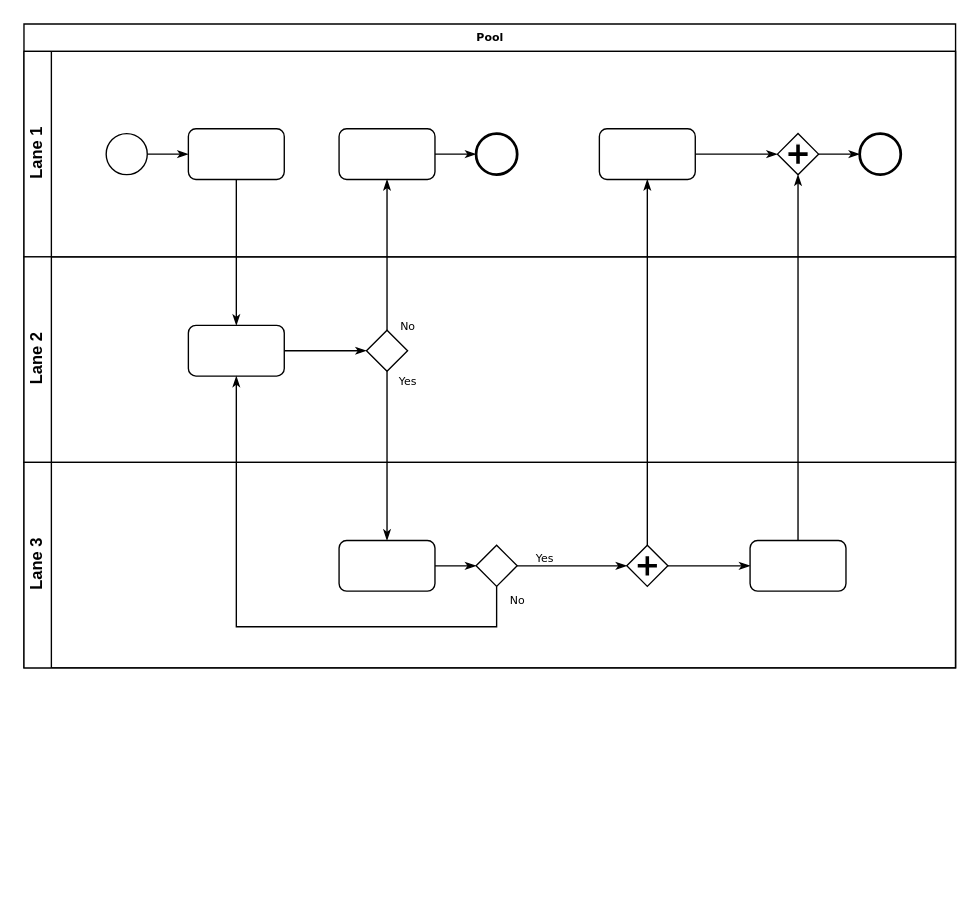
Before: flow-chart-order.drawio in thang21022000/UseCaseFinalProject, a draw.io diagram. Source tidied: cells renumbered, new cells numbered last; positions are measured from the earlier drawing's top-left corner, leaving out a move shared by most shapes. Both pictures are drawn from the tidied source at 137%, with x=0, y=0 at pixel (23, 23).
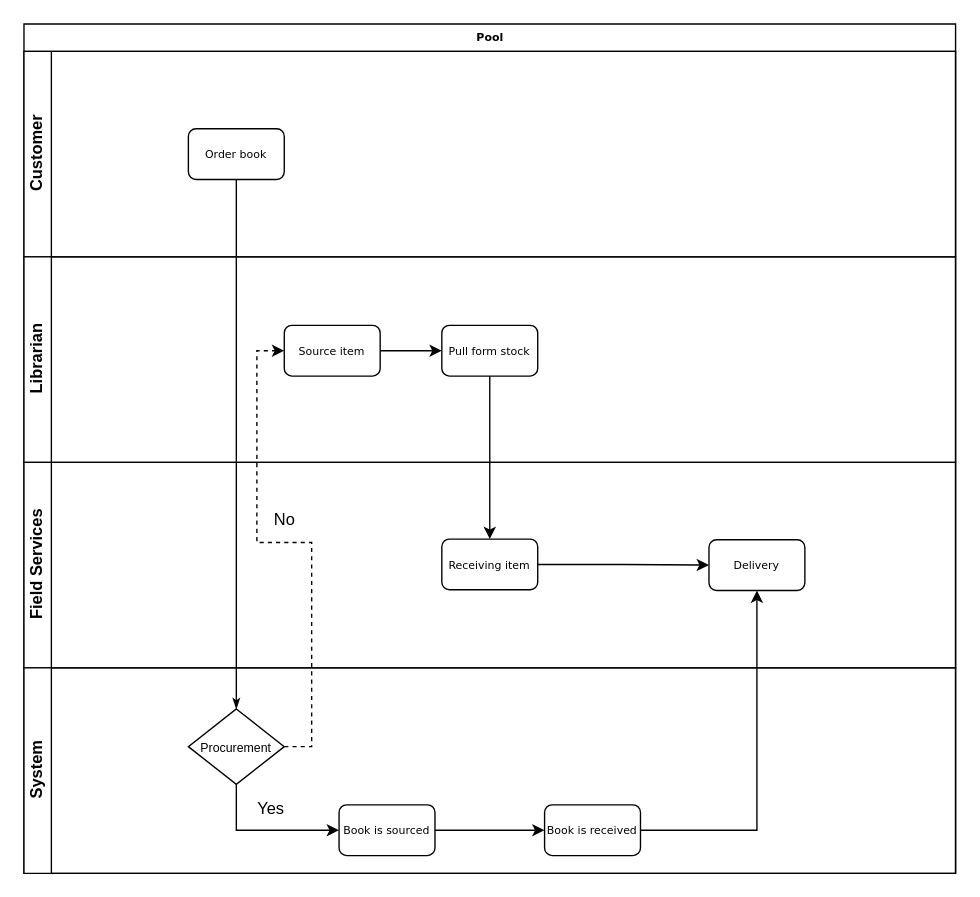
Above is the later version.

Change to the diagram source:
```diff
@@
     <mxCell id="2" value="Pool" style="swimlane;html=1;horizontal=1;startSize=20;rounded=0;shadow=0;labelBackgroundColor=none;strokeWidth=1;fontFamily=Verdana;fontSize=8;align=center;" parent="1" vertex="1">
-      <mxGeometry width="680" height="470" as="geometry" />
+      <mxGeometry width="680" height="620" as="geometry" />
     </mxCell>
-    <mxCell id="3" value="Lane 1" style="swimlane;html=1;startSize=20;horizontal=0;" parent="2" vertex="1">
+    <mxCell id="3" value="Customer" style="swimlane;html=1;startSize=20;horizontal=0;" parent="2" vertex="1">
       <mxGeometry y="20" width="680" height="150" as="geometry" />
     </mxCell>
-    <mxCell id="4" style="edgeStyle=orthogonalEdgeStyle;rounded=0;html=1;labelBackgroundColor=none;startArrow=none;startFill=0;startSize=5;endArrow=classicThin;endFill=1;endSize=5;jettySize=auto;strokeWidth=1;fontFamily=Verdana;fontSize=8;" parent="3" edge="1" source="5" target="6">
-      <mxGeometry relative="1" as="geometry" />
-    </mxCell>
-    <mxCell id="5" style="ellipse;whiteSpace=wrap;html=1;rounded=0;shadow=0;labelBackgroundColor=none;strokeWidth=1;fontFamily=Verdana;fontSize=8;align=center;" parent="3" vertex="1">
-      <mxGeometry x="60" y="60" width="30" height="30" as="geometry" />
-    </mxCell>
-    <mxCell id="6" style="rounded=1;whiteSpace=wrap;html=1;shadow=0;labelBackgroundColor=none;strokeWidth=1;fontFamily=Verdana;fontSize=8;align=center;" parent="3" vertex="1">
+    <mxCell id="6" value="Order book" style="rounded=1;whiteSpace=wrap;html=1;shadow=0;labelBackgroundColor=none;strokeWidth=1;fontFamily=Verdana;fontSize=8;align=center;" parent="3" vertex="1">
       <mxGeometry x="120" y="56.5" width="70" height="37" as="geometry" />
     </mxCell>
-    <mxCell id="7" style="edgeStyle=orthogonalEdgeStyle;rounded=0;html=1;labelBackgroundColor=none;startArrow=none;startFill=0;startSize=5;endArrow=classicThin;endFill=1;endSize=5;jettySize=auto;strokeWidth=1;fontFamily=Verdana;fontSize=8;" parent="3" edge="1" source="8" target="9">
-      <mxGeometry relative="1" as="geometry" />
-    </mxCell>
-    <mxCell id="8" style="rounded=1;whiteSpace=wrap;html=1;shadow=0;labelBackgroundColor=none;strokeWidth=1;fontFamily=Verdana;fontSize=8;align=center;" parent="3" vertex="1">
-      <mxGeometry x="230" y="56.5" width="70" height="37" as="geometry" />
-    </mxCell>
-    <mxCell id="9" style="ellipse;whiteSpace=wrap;html=1;rounded=0;shadow=0;labelBackgroundColor=none;strokeWidth=2;fontFamily=Verdana;fontSize=8;align=center;" parent="3" vertex="1">
-      <mxGeometry x="330" y="60" width="30" height="30" as="geometry" />
-    </mxCell>
-    <mxCell id="10" style="edgeStyle=orthogonalEdgeStyle;rounded=0;html=1;entryX=0;entryY=0.5;labelBackgroundColor=none;startArrow=none;startFill=0;startSize=5;endArrow=classicThin;endFill=1;endSize=5;jettySize=auto;strokeWidth=1;fontFamily=Verdana;fontSize=8;" parent="3" edge="1" source="11" target="13">
-      <mxGeometry relative="1" as="geometry" />
-    </mxCell>
-    <mxCell id="11" style="rounded=1;whiteSpace=wrap;html=1;shadow=0;labelBackgroundColor=none;strokeWidth=1;fontFamily=Verdana;fontSize=8;align=center;" parent="3" vertex="1">
-      <mxGeometry x="420" y="56.5" width="70" height="37" as="geometry" />
-    </mxCell>
-    <mxCell id="12" style="edgeStyle=orthogonalEdgeStyle;rounded=0;html=1;labelBackgroundColor=none;startArrow=none;startFill=0;startSize=5;endArrow=classicThin;endFill=1;endSize=5;jettySize=auto;strokeWidth=1;fontFamily=Verdana;fontSize=8;" parent="3" edge="1" source="13" target="14">
-      <mxGeometry relative="1" as="geometry" />
-    </mxCell>
-    <mxCell id="13" style="shape=mxgraph.bpmn.shape;html=1;verticalLabelPosition=bottom;labelBackgroundColor=#ffffff;verticalAlign=top;perimeter=rhombusPerimeter;background=gateway;outline=none;symbol=parallelGw;rounded=1;shadow=0;strokeWidth=1;fontFamily=Verdana;fontSize=8;align=center;" parent="3" vertex="1">
-      <mxGeometry x="550" y="60" width="30" height="30" as="geometry" />
-    </mxCell>
-    <mxCell id="14" style="ellipse;whiteSpace=wrap;html=1;rounded=0;shadow=0;labelBackgroundColor=none;strokeWidth=2;fontFamily=Verdana;fontSize=8;align=center;" parent="3" vertex="1">
-      <mxGeometry x="610" y="60" width="30" height="30" as="geometry" />
-    </mxCell>
-    <mxCell id="15" value="Lane 2" style="swimlane;html=1;startSize=20;horizontal=0;" parent="2" vertex="1">
+    <mxCell id="15" value="Librarian" style="swimlane;html=1;startSize=20;horizontal=0;" parent="2" vertex="1">
       <mxGeometry y="170" width="680" height="150" as="geometry" />
     </mxCell>
-    <mxCell id="16" style="edgeStyle=orthogonalEdgeStyle;rounded=0;html=1;labelBackgroundColor=none;startArrow=none;startFill=0;startSize=5;endArrow=classicThin;endFill=1;endSize=5;jettySize=auto;strokeWidth=1;fontFamily=Verdana;fontSize=8;" parent="15" edge="1" source="17" target="18">
-      <mxGeometry relative="1" as="geometry" />
-    </mxCell>
-    <mxCell id="17" style="rounded=1;whiteSpace=wrap;html=1;shadow=0;labelBackgroundColor=none;strokeWidth=1;fontFamily=Verdana;fontSize=8;align=center;" parent="15" vertex="1">
-      <mxGeometry x="120" y="50" width="70" height="37" as="geometry" />
-    </mxCell>
-    <mxCell id="18" style="strokeWidth=1;html=1;shape=mxgraph.flowchart.decision;whiteSpace=wrap;rounded=1;shadow=0;labelBackgroundColor=none;fontFamily=Verdana;fontSize=8;align=center;" parent="15" vertex="1">
-      <mxGeometry x="250" y="53.5" width="30" height="30" as="geometry" />
-    </mxCell>
+    <mxCell id="33" value="Source item" style="rounded=1;whiteSpace=wrap;html=1;shadow=0;labelBackgroundColor=none;strokeWidth=1;fontFamily=Verdana;fontSize=8;align=center;" parent="15" vertex="1">
+      <mxGeometry x="190" y="50" width="70" height="37" as="geometry" />
+    </mxCell>
+    <mxCell id="34" value="Pull form stock" style="rounded=1;whiteSpace=wrap;html=1;shadow=0;labelBackgroundColor=none;strokeWidth=1;fontFamily=Verdana;fontSize=8;align=center;" parent="15" vertex="1">
+      <mxGeometry x="305" y="50" width="70" height="37" as="geometry" />
+    </mxCell>
+    <mxCell id="35" style="edgeStyle=orthogonalEdgeStyle;rounded=0;jettySize=auto;html=1;entryX=0;entryY=0.5;entryDx=0;entryDy=0;exitX=1;exitY=0.5;exitDx=0;exitDy=0;" parent="15" edge="1" source="33" target="34">
+      <mxGeometry relative="1" as="geometry" />
+    </mxCell>
+    <mxCell id="36" value="Field Services" style="swimlane;html=1;startSize=20;horizontal=0;" parent="2" vertex="1">
+      <mxGeometry y="320" width="680" height="150" as="geometry" />
+    </mxCell>
+    <mxCell id="37" style="edgeStyle=orthogonalEdgeStyle;rounded=0;jettySize=auto;html=1;entryX=0;entryY=0.5;entryDx=0;entryDy=0;" parent="36" edge="1" source="38" target="39">
+      <mxGeometry relative="1" as="geometry" />
+    </mxCell>
+    <mxCell id="38" value="Receiving item" style="rounded=1;whiteSpace=wrap;html=1;shadow=0;labelBackgroundColor=none;strokeWidth=1;fontFamily=Verdana;fontSize=8;align=center;" parent="36" vertex="1">
+      <mxGeometry x="305" y="56" width="70" height="37" as="geometry" />
+    </mxCell>
+    <mxCell id="39" value="Delivery" style="rounded=1;whiteSpace=wrap;html=1;shadow=0;labelBackgroundColor=none;strokeWidth=1;fontFamily=Verdana;fontSize=8;align=center;" parent="36" vertex="1">
+      <mxGeometry x="500" y="56.5" width="70" height="37" as="geometry" />
+    </mxCell>
+    <mxCell id="40" value="No" style="text;html=1;align=center;verticalAlign=middle;strokeColor=none;fillColor=none;" parent="36" vertex="1">
+      <mxGeometry x="170" y="26.5" width="40" height="30" as="geometry" />
+    </mxCell>
+    <mxCell id="27" style="edgeStyle=orthogonalEdgeStyle;rounded=0;html=1;labelBackgroundColor=none;startArrow=none;startFill=0;startSize=5;endArrow=classicThin;endFill=1;endSize=5;jettySize=auto;strokeWidth=1;fontFamily=Verdana;fontSize=8;entryX=0.5;entryY=0;entryDx=0;entryDy=0;entryPerimeter=0;" parent="2" edge="1" source="6" target="44">
+      <mxGeometry relative="1" as="geometry" />
+    </mxCell>
+    <mxCell id="41" style="edgeStyle=orthogonalEdgeStyle;rounded=0;jettySize=auto;html=1;entryX=0;entryY=0.5;entryDx=0;entryDy=0;dashed=1;exitX=1;exitY=0.5;exitDx=0;exitDy=0;exitPerimeter=0;" parent="2" edge="1" source="44" target="33">
+      <mxGeometry relative="1" as="geometry" />
+    </mxCell>
+    <mxCell id="42" style="edgeStyle=orthogonalEdgeStyle;rounded=0;jettySize=auto;html=1;" parent="2" edge="1" source="47" target="39">
+      <mxGeometry relative="1" as="geometry" />
+    </mxCell>
-    <mxCell id="19" value="Lane 3" style="swimlane;html=1;startSize=20;horizontal=0;" parent="2" vertex="1">
-      <mxGeometry y="320" width="680" height="150" as="geometry" />
+    <mxCell id="19" value="System" style="swimlane;html=1;startSize=20;horizontal=0;" parent="2" vertex="1">
+      <mxGeometry y="470" width="680" height="150" as="geometry" />
     </mxCell>
-    <mxCell id="20" style="edgeStyle=orthogonalEdgeStyle;rounded=0;html=1;labelBackgroundColor=none;startArrow=none;startFill=0;startSize=5;endArrow=classicThin;endFill=1;endSize=5;jettySize=auto;strokeWidth=1;fontFamily=Verdana;fontSize=8;" parent="19" edge="1" source="21" target="23">
-      <mxGeometry relative="1" as="geometry" />
-    </mxCell>
-    <mxCell id="21" style="rounded=1;whiteSpace=wrap;html=1;shadow=0;labelBackgroundColor=none;strokeWidth=1;fontFamily=Verdana;fontSize=8;align=center;" parent="19" vertex="1">
-      <mxGeometry x="230" y="57" width="70" height="37" as="geometry" />
-    </mxCell>
-    <mxCell id="22" value="Yes" style="edgeStyle=orthogonalEdgeStyle;rounded=0;html=1;entryX=0;entryY=0.5;labelBackgroundColor=none;startArrow=none;startFill=0;startSize=5;endArrow=classicThin;endFill=1;endSize=5;jettySize=auto;strokeWidth=1;fontFamily=Verdana;fontSize=8;" parent="19" edge="1" source="23" target="25">
-      <mxGeometry x="-0.5" y="6" relative="1" as="geometry" />
-    </mxCell>
-    <mxCell id="23" style="strokeWidth=1;html=1;shape=mxgraph.flowchart.decision;whiteSpace=wrap;rounded=1;shadow=0;labelBackgroundColor=none;fontFamily=Verdana;fontSize=8;align=center;" parent="19" vertex="1">
-      <mxGeometry x="330" y="60.5" width="30" height="30" as="geometry" />
-    </mxCell>
-    <mxCell id="24" style="edgeStyle=orthogonalEdgeStyle;rounded=0;html=1;labelBackgroundColor=none;startArrow=none;startFill=0;startSize=5;endArrow=classicThin;endFill=1;endSize=5;jettySize=auto;strokeColor=#000000;strokeWidth=1;fontFamily=Verdana;fontSize=8;fontColor=#000000;" parent="19" edge="1" source="25" target="26">
-      <mxGeometry relative="1" as="geometry" />
-    </mxCell>
-    <mxCell id="25" style="shape=mxgraph.bpmn.shape;html=1;verticalLabelPosition=bottom;labelBackgroundColor=#ffffff;verticalAlign=top;perimeter=rhombusPerimeter;background=gateway;outline=none;symbol=parallelGw;rounded=1;shadow=0;strokeWidth=1;fontFamily=Verdana;fontSize=8;align=center;" parent="19" vertex="1">
-      <mxGeometry x="440" y="60.5" width="30" height="30" as="geometry" />
-    </mxCell>
-    <mxCell id="26" style="rounded=1;whiteSpace=wrap;html=1;shadow=0;labelBackgroundColor=none;strokeWidth=1;fontFamily=Verdana;fontSize=8;align=center;" parent="19" vertex="1">
-      <mxGeometry x="530" y="57" width="70" height="37" as="geometry" />
-    </mxCell>
-    <mxCell id="27" style="edgeStyle=orthogonalEdgeStyle;rounded=0;html=1;labelBackgroundColor=none;startArrow=none;startFill=0;startSize=5;endArrow=classicThin;endFill=1;endSize=5;jettySize=auto;strokeWidth=1;fontFamily=Verdana;fontSize=8;" parent="2" edge="1" source="6" target="17">
-      <mxGeometry relative="1" as="geometry" />
-    </mxCell>
-    <mxCell id="28" value="No" style="edgeStyle=orthogonalEdgeStyle;rounded=0;html=1;labelBackgroundColor=none;startArrow=none;startFill=0;startSize=5;endArrow=classicThin;endFill=1;endSize=5;jettySize=auto;strokeWidth=1;fontFamily=Verdana;fontSize=8;" parent="2" edge="1" source="18" target="8">
-      <mxGeometry x="-0.94" y="-15" relative="1" as="geometry" />
-    </mxCell>
-    <mxCell id="29" value="Yes" style="edgeStyle=orthogonalEdgeStyle;rounded=0;html=1;labelBackgroundColor=none;startArrow=none;startFill=0;startSize=5;endArrow=classicThin;endFill=1;endSize=5;jettySize=auto;strokeWidth=1;fontFamily=Verdana;fontSize=8;" parent="2" edge="1" source="18" target="21">
-      <mxGeometry x="-0.89" y="15" relative="1" as="geometry" />
-    </mxCell>
-    <mxCell id="30" style="edgeStyle=orthogonalEdgeStyle;rounded=0;html=1;entryX=0.5;entryY=1;labelBackgroundColor=none;startArrow=none;startFill=0;startSize=5;endArrow=classicThin;endFill=1;endSize=5;jettySize=auto;strokeWidth=1;fontFamily=Verdana;fontSize=8;" parent="2" edge="1" source="26" target="13">
-      <mxGeometry relative="1" as="geometry" />
-    </mxCell>
-    <mxCell id="31" value="No" style="edgeStyle=orthogonalEdgeStyle;rounded=0;html=1;labelBackgroundColor=none;startArrow=none;startFill=0;startSize=5;endArrow=classicThin;endFill=1;endSize=5;jettySize=auto;strokeWidth=1;fontFamily=Verdana;fontSize=8;" parent="2" edge="1" source="23" target="17">
-      <mxGeometry x="-0.95" y="15" relative="1" as="geometry">
-        <Array as="points">
-          <mxPoint x="345" y="440" />
-          <mxPoint x="155" y="440" />
-        </Array>
-      </mxGeometry>
-    </mxCell>
-    <mxCell id="32" style="edgeStyle=orthogonalEdgeStyle;rounded=0;html=1;labelBackgroundColor=none;startArrow=none;startFill=0;startSize=5;endArrow=classicThin;endFill=1;endSize=5;jettySize=auto;strokeWidth=1;fontFamily=Verdana;fontSize=8;" parent="2" edge="1" source="25" target="11">
-      <mxGeometry relative="1" as="geometry" />
-    </mxCell>
+    <mxCell id="43" style="edgeStyle=orthogonalEdgeStyle;rounded=0;jettySize=auto;html=1;entryX=0;entryY=0.5;entryDx=0;entryDy=0;exitX=0.5;exitY=1;exitDx=0;exitDy=0;exitPerimeter=0;" parent="19" edge="1" source="44" target="46">
+      <mxGeometry relative="1" as="geometry" />
+    </mxCell>
+    <mxCell id="44" value="&lt;font style=&quot;font-size: 9px;&quot;&gt;Procurement&lt;/font&gt;" style="strokeWidth=1;html=1;shape=mxgraph.flowchart.decision;whiteSpace=wrap;" parent="19" vertex="1">
+      <mxGeometry x="120" y="30" width="70" height="55" as="geometry" />
+    </mxCell>
+    <mxCell id="45" style="edgeStyle=orthogonalEdgeStyle;rounded=0;jettySize=auto;html=1;" parent="19" edge="1" source="46" target="47">
+      <mxGeometry relative="1" as="geometry" />
+    </mxCell>
+    <mxCell id="46" value="Book is sourced" style="rounded=1;whiteSpace=wrap;html=1;shadow=0;labelBackgroundColor=none;strokeWidth=1;fontFamily=Verdana;fontSize=8;align=center;" parent="19" vertex="1">
+      <mxGeometry x="230" y="100" width="70" height="37" as="geometry" />
+    </mxCell>
+    <mxCell id="47" value="Book is received" style="rounded=1;whiteSpace=wrap;html=1;shadow=0;labelBackgroundColor=none;strokeWidth=1;fontFamily=Verdana;fontSize=8;align=center;" parent="19" vertex="1">
+      <mxGeometry x="380" y="100" width="70" height="37" as="geometry" />
+    </mxCell>
+    <mxCell id="48" style="edgeStyle=orthogonalEdgeStyle;rounded=0;jettySize=auto;html=1;entryX=0.5;entryY=0;entryDx=0;entryDy=0;" parent="2" edge="1" source="34" target="38">
+      <mxGeometry relative="1" as="geometry" />
+    </mxCell>
+    <mxCell id="49" value="Yes" style="text;html=1;align=center;verticalAlign=middle;strokeColor=none;fillColor=none;" parent="1" vertex="1">
+      <mxGeometry x="160" y="558" width="40" height="30" as="geometry" />
+    </mxCell>
```
